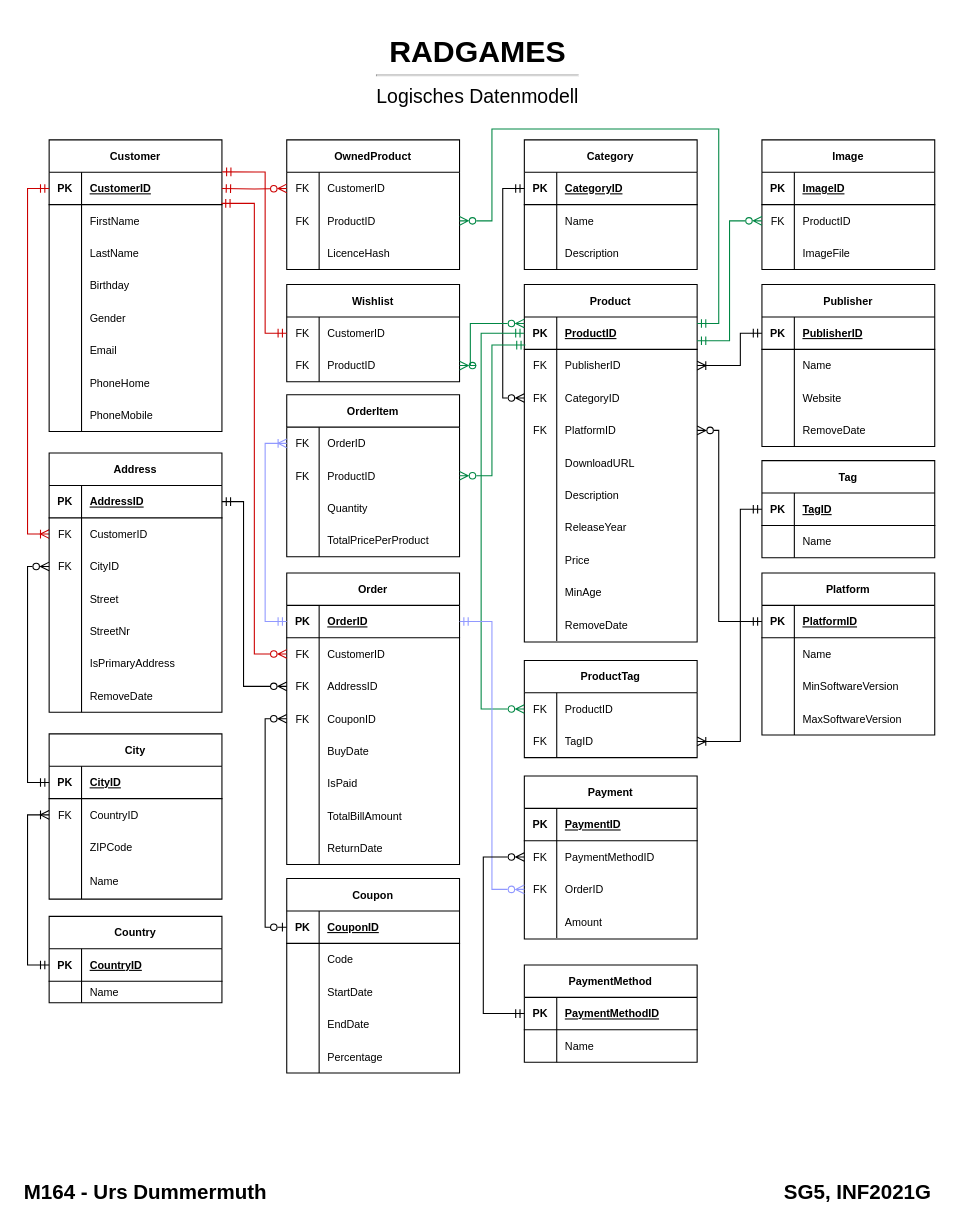
The draw.io diagram page "Logisch" (2 of 3) of Konzepte/Datenmodell.drawio in TD99/gibb-m164, before the edit. Source tidied: cells renumbered, new cells numbered last; positions are measured from the earlier drawing's top-left corner, leaving out a move shared by most shapes. Both pictures are drawn from the tidied source at 108%, with x=0, y=0 at pixel (18, 29).
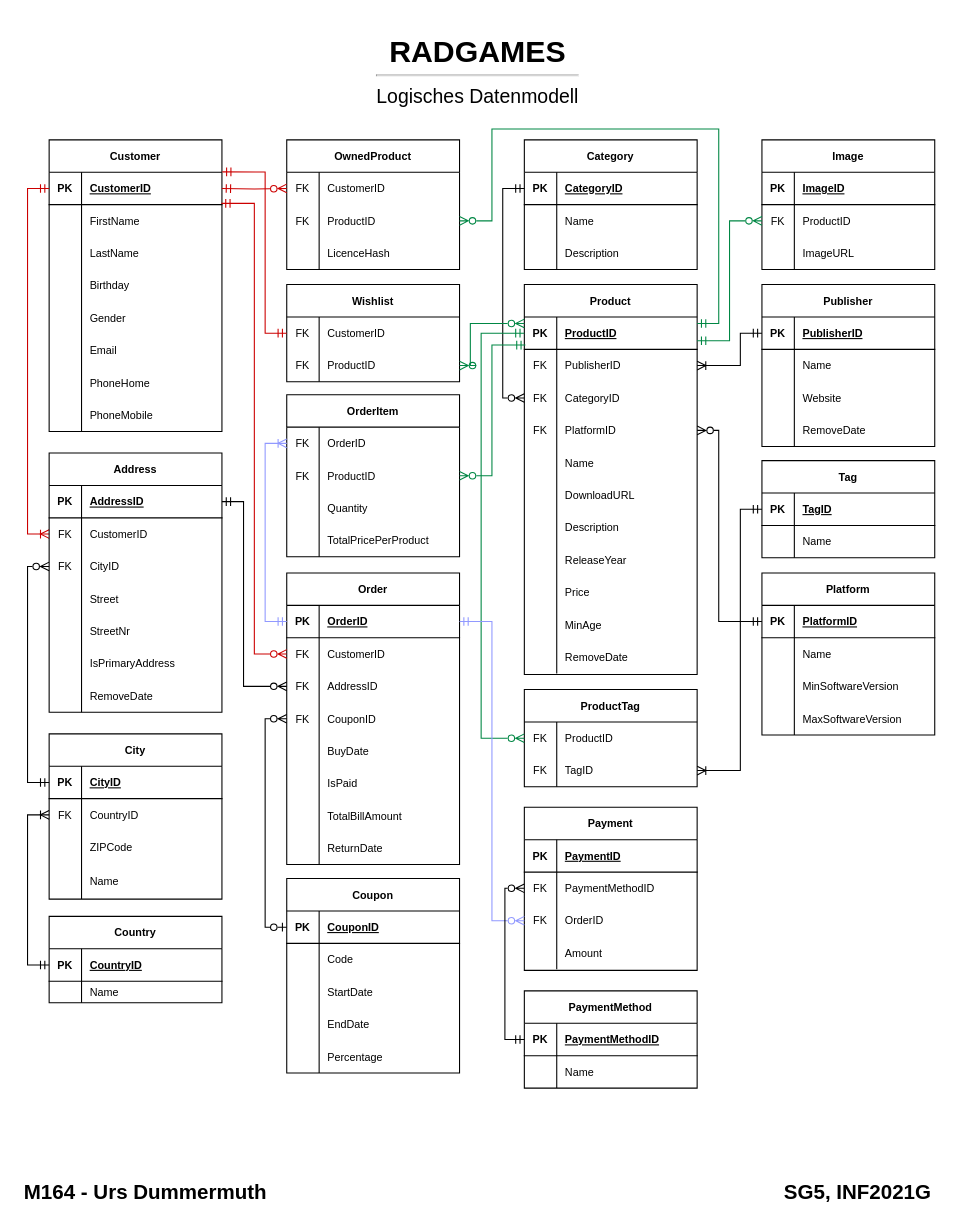
The same page after the edit.

The change refers to these unchanged cells:
```xml
<mxCell id="93" style="shape=tableRow;horizontal=0;startSize=0;swimlaneHead=0;swimlaneBody=0;fillColor=none;points=[[0,0.5],[1,0.5]];portConstraint=eastwest;top=0;left=0;right=0;bottom=1;fontSize=10;" parent="92" vertex="1">
  <mxGeometry y="30" width="160" height="30" as="geometry" />
</mxCell>
<mxCell id="148" style="shape=tableRow;horizontal=0;startSize=0;swimlaneHead=0;swimlaneBody=0;fillColor=none;points=[[0,0.5],[1,0.5]];portConstraint=eastwest;top=0;left=0;right=0;bottom=1;fontSize=10;" parent="147" vertex="1">
  <mxGeometry y="30" width="160" height="30" as="geometry" />
</mxCell>
<mxCell id="181" style="shape=tableRow;horizontal=0;startSize=0;swimlaneHead=0;swimlaneBody=0;fillColor=none;points=[[0,0.5],[1,0.5]];portConstraint=eastwest;top=0;left=0;right=0;bottom=0;fontSize=10;" parent="180" vertex="1">
  <mxGeometry y="30" width="160" height="30" as="geometry" />
</mxCell>
<mxCell id="184" style="shape=tableRow;horizontal=0;startSize=0;swimlaneHead=0;swimlaneBody=0;fillColor=none;points=[[0,0.5],[1,0.5]];portConstraint=eastwest;top=0;left=0;right=0;bottom=0;fontSize=10;" parent="180" vertex="1">
  <mxGeometry y="60" width="160" height="30" as="geometry" />
</mxCell>
<mxCell id="205" style="shape=tableRow;horizontal=0;startSize=0;swimlaneHead=0;swimlaneBody=0;fillColor=none;points=[[0,0.5],[1,0.5]];portConstraint=eastwest;top=0;left=0;right=0;bottom=0;fontSize=10;" parent="201" vertex="1">
  <mxGeometry y="60" width="160" height="30" as="geometry" />
</mxCell>
<mxCell id="208" style="shape=tableRow;horizontal=0;startSize=0;swimlaneHead=0;swimlaneBody=0;fillColor=none;points=[[0,0.5],[1,0.5]];portConstraint=eastwest;top=0;left=0;right=0;bottom=0;fontSize=10;" parent="201" vertex="1">
  <mxGeometry y="90" width="160" height="30" as="geometry" />
</mxCell>
<mxCell id="215" style="shape=tableRow;horizontal=0;startSize=0;swimlaneHead=0;swimlaneBody=0;fillColor=none;points=[[0,0.5],[1,0.5]];portConstraint=eastwest;top=0;left=0;right=0;bottom=1;fontSize=10;" parent="214" vertex="1">
  <mxGeometry y="30" width="160" height="30" as="geometry" />
</mxCell>
<mxCell id="233" style="shape=tableRow;horizontal=0;startSize=0;swimlaneHead=0;swimlaneBody=0;fillColor=none;top=0;left=0;right=0;bottom=0;fontSize=10;" parent="226" vertex="1">
  <mxGeometry y="90" width="160" height="30" as="geometry" />
</mxCell>
<mxCell id="252" style="shape=tableRow;horizontal=0;startSize=0;swimlaneHead=0;swimlaneBody=0;fillColor=none;points=[[0,0.5],[1,0.5]];portConstraint=eastwest;top=0;left=0;right=0;bottom=1;fontSize=10;" parent="251" vertex="1">
  <mxGeometry y="30" width="160" height="30" as="geometry" />
</mxCell>
```

The edit, as a diff of the source:
```diff
@@
     <mxCell id="147" value="Product" style="shape=table;startSize=30;childLayout=tableLayout;rowLines=0;fontStyle=1;align=center;fontSize=10;fillColor=none;" parent="1" vertex="1">
-      <mxGeometry x="468" y="236" width="160" height="331" as="geometry" />
+      <mxGeometry x="468" y="236" width="160" height="361" as="geometry" />
     </mxCell>
@@
+    <mxCell id="274" style="shape=tableRow;horizontal=0;startSize=0;swimlaneHead=0;swimlaneBody=0;fillColor=none;top=0;left=0;right=0;bottom=0;fontSize=10;" parent="147" vertex="1">
+      <mxGeometry y="150" width="160" height="30" as="geometry" />
+    </mxCell>
+    <mxCell id="275" style="shape=partialRectangle;fillColor=none;top=0;left=0;bottom=0;right=0;overflow=hidden;fontSize=10;" parent="274" vertex="1">
+      <mxGeometry width="30" height="30" as="geometry" />
+    </mxCell>
+    <mxCell id="276" value="Name" style="shape=partialRectangle;fillColor=none;top=0;left=0;bottom=0;right=0;align=left;spacingLeft=6;overflow=hidden;fontSize=10;" parent="274" vertex="1">
+      <mxGeometry x="30" width="130" height="30" as="geometry" />
+    </mxCell>
     <mxCell id="160" style="shape=tableRow;horizontal=0;startSize=0;swimlaneHead=0;swimlaneBody=0;fillColor=none;top=0;left=0;right=0;bottom=0;fontSize=10;" parent="147" vertex="1">
-      <mxGeometry y="150" width="160" height="30" as="geometry" />
+      <mxGeometry y="180" width="160" height="30" as="geometry" />
     </mxCell>
@@
     <mxCell id="163" style="shape=tableRow;horizontal=0;startSize=0;swimlaneHead=0;swimlaneBody=0;fillColor=none;top=0;left=0;right=0;bottom=0;fontSize=10;" parent="147" vertex="1">
-      <mxGeometry y="180" width="160" height="30" as="geometry" />
+      <mxGeometry y="210" width="160" height="30" as="geometry" />
     </mxCell>
@@
     <mxCell id="166" style="shape=tableRow;horizontal=0;startSize=0;swimlaneHead=0;swimlaneBody=0;fillColor=none;top=0;left=0;right=0;bottom=0;fontSize=10;" parent="147" vertex="1">
-      <mxGeometry y="210" width="160" height="30" as="geometry" />
+      <mxGeometry y="240" width="160" height="30" as="geometry" />
     </mxCell>
@@
     <mxCell id="169" style="shape=tableRow;horizontal=0;startSize=0;swimlaneHead=0;swimlaneBody=0;fillColor=none;top=0;left=0;right=0;bottom=0;fontSize=10;" parent="147" vertex="1">
-      <mxGeometry y="240" width="160" height="30" as="geometry" />
+      <mxGeometry y="270" width="160" height="30" as="geometry" />
     </mxCell>
@@
     <mxCell id="172" style="shape=tableRow;horizontal=0;startSize=0;swimlaneHead=0;swimlaneBody=0;fillColor=none;top=0;left=0;right=0;bottom=0;fontSize=10;" parent="147" vertex="1">
-      <mxGeometry y="270" width="160" height="30" as="geometry" />
+      <mxGeometry y="300" width="160" height="30" as="geometry" />
     </mxCell>
@@
     <mxCell id="175" style="shape=tableRow;horizontal=0;startSize=0;swimlaneHead=0;swimlaneBody=0;fillColor=none;top=0;left=0;right=0;bottom=0;fontSize=10;" parent="147" vertex="1">
-      <mxGeometry y="300" width="160" height="30" as="geometry" />
+      <mxGeometry y="330" width="160" height="30" as="geometry" />
     </mxCell>
@@
     <mxCell id="180" value="ProductTag" style="shape=table;startSize=30;childLayout=tableLayout;rowLines=0;fontStyle=1;align=center;fontSize=10;fillColor=none;" parent="1" vertex="1">
-      <mxGeometry x="468" y="584" width="160" height="90" as="geometry" />
+      <mxGeometry x="468" y="611" width="160" height="90" as="geometry" />
     </mxCell>
@@
     <mxCell id="201" value="Payment" style="shape=table;startSize=30;childLayout=tableLayout;rowLines=0;fontStyle=1;align=center;fontSize=10;fillColor=none;" parent="1" vertex="1">
-      <mxGeometry x="468" y="691" width="160" height="151" as="geometry" />
+      <mxGeometry x="468" y="720" width="160" height="151" as="geometry" />
     </mxCell>
@@
     <mxCell id="214" value="PaymentMethod" style="shape=table;startSize=30;childLayout=tableLayout;rowLines=0;fontStyle=1;align=center;fontSize=10;fillColor=none;" parent="1" vertex="1">
-      <mxGeometry x="468" y="866" width="160" height="90" as="geometry" />
+      <mxGeometry x="468" y="890" width="160" height="90" as="geometry" />
     </mxCell>
@@
     <mxCell id="223" style="rounded=0;jettySize=auto;html=1;startArrow=ERzeroToMany;startFill=0;endArrow=ERmandOne;endFill=0;exitX=0;exitY=0.5;exitDx=0;exitDy=0;entryX=0;entryY=0.5;entryDx=0;entryDy=0;edgeStyle=orthogonalEdgeStyle;strokeColor=#008744;" parent="1" edge="1" source="181" target="148">
       <mxGeometry relative="1" as="geometry">
         <Array as="points">
-          <mxPoint x="428" y="629" />
+          <mxPoint x="428" y="656" />
           <mxPoint x="428" y="281" />
         </Array>
       </mxGeometry>
     </mxCell>
     <mxCell id="224" style="edgeStyle=orthogonalEdgeStyle;rounded=0;jettySize=auto;html=1;entryX=1;entryY=0.5;entryDx=0;entryDy=0;startArrow=ERzeroToMany;startFill=0;endArrow=ERmandOne;endFill=0;exitX=0;exitY=0.5;exitDx=0;exitDy=0;strokeColor=#9199FF;" parent="1" edge="1" source="208" target="93">
       <mxGeometry relative="1" as="geometry">
         <Array as="points">
-          <mxPoint x="438" y="796" />
+          <mxPoint x="438" y="825" />
           <mxPoint x="438" y="548" />
         </Array>
       </mxGeometry>
     </mxCell>
     <mxCell id="225" style="edgeStyle=orthogonalEdgeStyle;rounded=0;jettySize=auto;html=1;entryX=0;entryY=0.5;entryDx=0;entryDy=0;startArrow=ERzeroToMany;startFill=0;endArrow=ERmandOne;endFill=0;exitX=0;exitY=0.5;exitDx=0;exitDy=0;" parent="1" edge="1" source="205" target="215">
       <mxGeometry relative="1" as="geometry">
         <Array as="points">
-          <mxPoint x="430" y="766" />
-          <mxPoint x="430" y="911" />
+          <mxPoint x="450" y="795" />
+          <mxPoint x="450" y="935" />
         </Array>
       </mxGeometry>
     </mxCell>
@@
-    <mxCell id="235" value="ImageFile" style="shape=partialRectangle;fillColor=none;top=0;left=0;bottom=0;right=0;align=left;spacingLeft=6;overflow=hidden;fontSize=10;" parent="233" vertex="1">
+    <mxCell id="235" value="ImageURL" style="shape=partialRectangle;fillColor=none;top=0;left=0;bottom=0;right=0;align=left;spacingLeft=6;overflow=hidden;fontSize=10;" parent="233" vertex="1">
       <mxGeometry x="30" width="130" height="30" as="geometry" />
     </mxCell>
@@
     <mxCell id="271" style="rounded=0;jettySize=auto;html=1;startArrow=ERmandOne;startFill=0;endArrow=ERoneToMany;endFill=0;exitX=0;exitY=0.5;exitDx=0;exitDy=0;entryX=1;entryY=0.5;entryDx=0;entryDy=0;edgeStyle=orthogonalEdgeStyle;" parent="1" edge="1" source="252" target="184">
       <mxGeometry relative="1" as="geometry">
         <Array as="points">
           <mxPoint x="668" y="444" />
-          <mxPoint x="668" y="659" />
+          <mxPoint x="668" y="686" />
         </Array>
       </mxGeometry>
     </mxCell>
```
